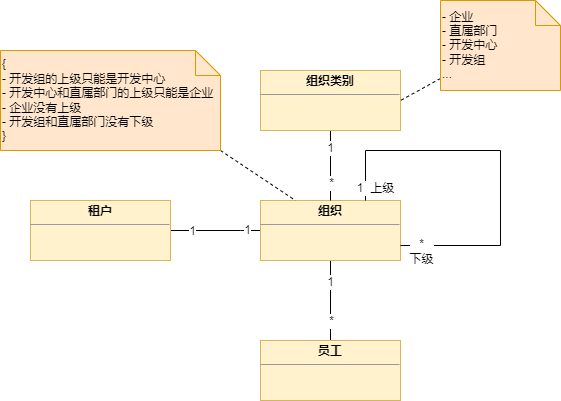
This is 手把手教你落地DDD.drawio.png from SparkLee/draw-io, a draw.io export, as it was before one commit. Source tidied: cells renumbered, new cells last; positions are measured from the earlier drawing's top-left corner, leaving out a move shared by most shapes.
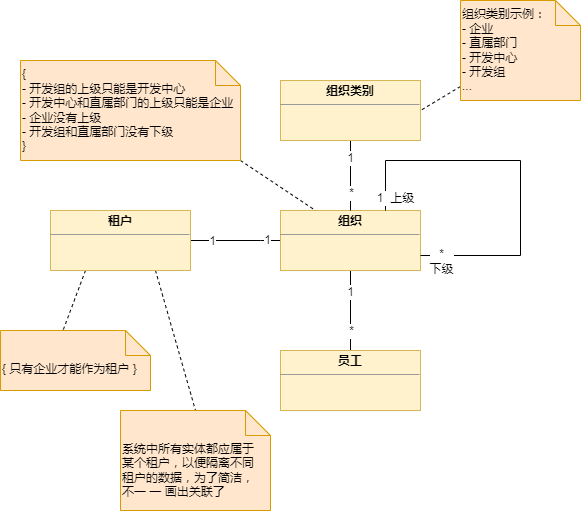
The same diagram one commit later.

Commit message:
更新手把手教你落地DDD.drawio.png

The edit, as a diff of the source:
```diff
@@ -15,6 +15,12 @@
         <mxPoint x="14" as="offset" />
       </mxGeometry>
     </mxCell>
+    <mxCell id="19" style="edgeStyle=none;rounded=0;jettySize=auto;html=1;exitX=0.25;exitY=1;exitDx=0;exitDy=0;entryX=0;entryY=0;entryDx=62.5;entryDy=0;entryPerimeter=0;dashed=1;endArrow=none;endFill=0;" parent="1" edge="1" source="4" target="21">
+      <mxGeometry relative="1" as="geometry" />
+    </mxCell>
+    <mxCell id="20" style="edgeStyle=none;rounded=0;jettySize=auto;html=1;exitX=0.75;exitY=1;exitDx=0;exitDy=0;entryX=0.5;entryY=0;entryDx=0;entryDy=0;entryPerimeter=0;dashed=1;endArrow=none;endFill=0;" parent="1" edge="1" source="4" target="22">
+      <mxGeometry relative="1" as="geometry" />
+    </mxCell>
     <mxCell id="4" value="&lt;p style=&quot;margin:0px;margin-top:4px;text-align:center;&quot;&gt;&lt;b&gt;租户&lt;/b&gt;&lt;/p&gt;&lt;hr size=&quot;1&quot;&gt;&lt;div style=&quot;height:2px;&quot;&gt;&lt;/div&gt;" style="verticalAlign=top;align=left;overflow=fill;fontSize=12;fontFamily=Helvetica;html=1;rounded=0;shadow=0;glass=0;sketch=0;strokeColor=#d6b656;fillColor=#fff2cc;" parent="1" vertex="1">
       <mxGeometry x="30" y="200" width="140" height="60" as="geometry" />
     </mxCell>
@@ -51,8 +57,8 @@
     <mxCell id="12" style="rounded=0;jettySize=auto;html=1;endArrow=none;endFill=0;dashed=1;entryX=1;entryY=0.5;entryDx=0;entryDy=0;" parent="1" edge="1" source="13" target="11">
       <mxGeometry relative="1" as="geometry" />
     </mxCell>
-    <mxCell id="13" value="- 企业&lt;br&gt;- 直属部门&lt;br&gt;- 开发中心&lt;br&gt;- 开发组&lt;br&gt;..." style="shape=note2;boundedLbl=1;whiteSpace=wrap;html=1;size=25;verticalAlign=middle;align=left;rounded=0;shadow=0;glass=0;sketch=0;strokeColor=#d79b00;fillColor=#ffe6cc;" parent="1" vertex="1">
-      <mxGeometry x="440" width="120" height="90" as="geometry" />
+    <mxCell id="13" value="组织类别示例：&lt;br&gt;- 企业&lt;br&gt;- 直属部门&lt;br&gt;- 开发中心&lt;br&gt;- 开发组&lt;br&gt;..." style="shape=note2;boundedLbl=1;whiteSpace=wrap;html=1;size=25;verticalAlign=middle;align=left;rounded=0;shadow=0;glass=0;sketch=0;strokeColor=#d79b00;fillColor=#ffe6cc;" parent="1" vertex="1">
+      <mxGeometry x="440" y="-10" width="120" height="100" as="geometry" />
     </mxCell>
     <mxCell id="14" style="edgeStyle=orthogonalEdgeStyle;rounded=0;orthogonalLoop=1;jettySize=auto;html=1;exitX=0.75;exitY=0;exitDx=0;exitDy=0;entryX=1;entryY=0.75;entryDx=0;entryDy=0;endArrow=none;endFill=0;" parent="1" edge="1" source="7" target="7">
       <mxGeometry relative="1" as="geometry">
@@ -79,5 +85,11 @@
     <mxCell id="18" value="{&lt;br&gt;- 开发组的上级只能是开发中心&lt;br&gt;- 开发中心和直属部门的上级只能是企业&lt;br&gt;- 企业没有上级&lt;br&gt;- 开发组和直属部门没有下级&lt;br&gt;}" style="shape=note2;boundedLbl=1;whiteSpace=wrap;html=1;size=25;verticalAlign=middle;align=left;rounded=0;shadow=0;glass=0;sketch=0;strokeColor=#d79b00;fillColor=#ffe6cc;" parent="1" vertex="1">
       <mxGeometry y="50" width="220" height="100" as="geometry" />
     </mxCell>
+    <mxCell id="21" value="{ 只有企业才能作为租户 }" style="shape=note2;boundedLbl=1;whiteSpace=wrap;html=1;size=25;verticalAlign=top;align=left;rounded=0;shadow=0;glass=0;sketch=0;strokeColor=#d79b00;fillColor=#ffe6cc;" parent="1" vertex="1">
+      <mxGeometry x="-20" y="320" width="150" height="60" as="geometry" />
+    </mxCell>
+    <mxCell id="22" value="系统中所有实体都应属于&lt;br&gt;某个租户，以便隔离不同&lt;br&gt;租户的数据，为了简洁，&lt;br&gt;不一 一 画出关联了" style="shape=note2;boundedLbl=1;whiteSpace=wrap;html=1;size=25;verticalAlign=top;align=left;rounded=0;shadow=0;glass=0;sketch=0;strokeColor=#d79b00;fillColor=#ffe6cc;" parent="1" vertex="1">
+      <mxGeometry x="100" y="400" width="150" height="100" as="geometry" />
+    </mxCell>
   </root>
 </mxGraphModel>
```
